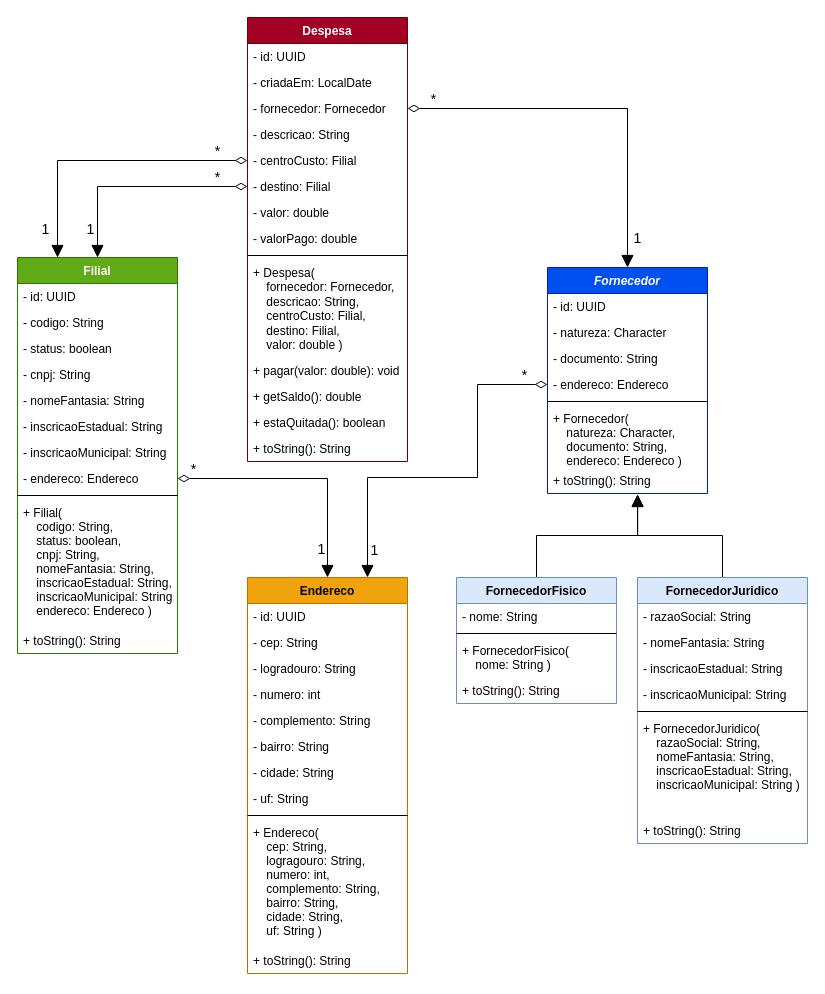
Above: UML.drawio in frednunesjr/DH-POO (draw.io), before the change. Source tidied: cells renumbered, new cells numbered last; positions are measured from the earlier drawing's top-left corner, leaving out a move shared by most shapes. Both pictures are drawn from the tidied source at 100%, with x=0, y=0 at pixel (17, 17).
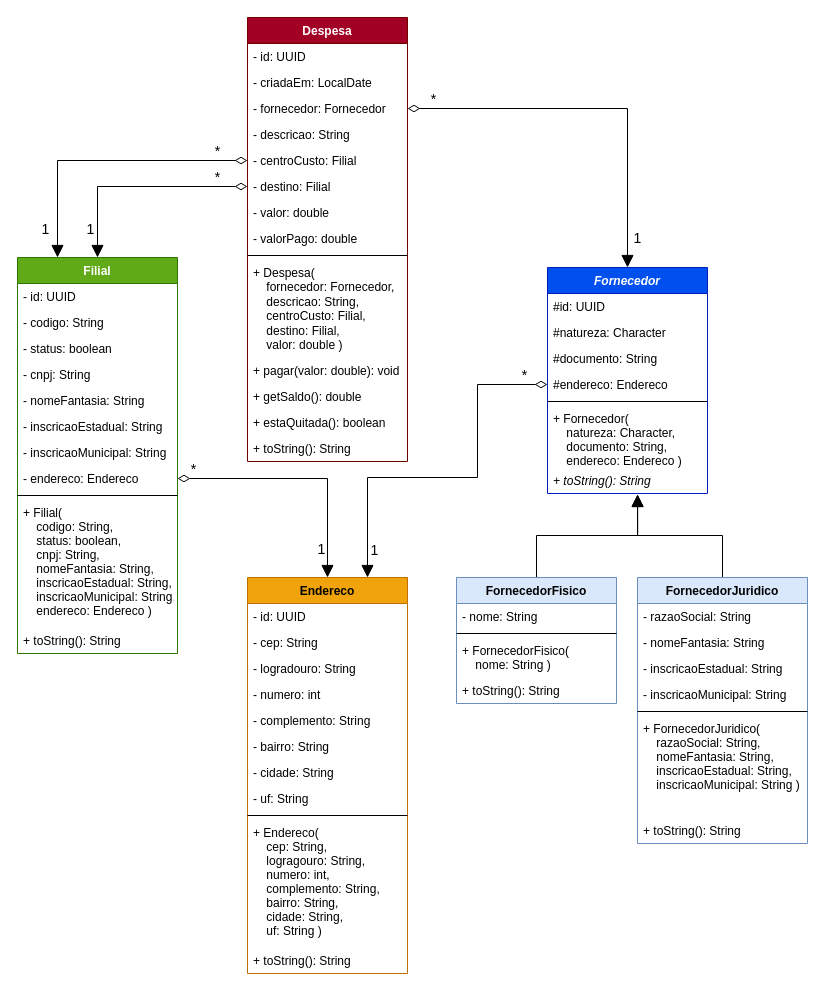
After the change.

Commit message:
Diagrama UML atualizado

The change refers to these unchanged cells:
```xml
<mxCell id="41" value="Fornecedor" style="swimlane;fontStyle=3;align=center;verticalAlign=top;horizontal=1;startSize=26;fillColor=#0050ef;strokeColor=#001DBC;fontColor=#ffffff;" parent="1" vertex="1">
  <mxGeometry x="530" y="250" width="160" height="226" as="geometry" />
</mxCell>
```

What changed in the source:
```diff
@@
-    <mxCell id="42" value="- id: UUID" style="text;strokeColor=none;fillColor=none;align=left;verticalAlign=top;spacingLeft=4;spacingRight=4;overflow=hidden;" parent="41" vertex="1">
+    <mxCell id="42" value="#id: UUID" style="text;strokeColor=none;fillColor=none;align=left;verticalAlign=top;spacingLeft=4;spacingRight=4;overflow=hidden;" parent="41" vertex="1">
       <mxGeometry y="26" width="160" height="26" as="geometry" />
     </mxCell>
-    <mxCell id="43" value="- natureza: Character" style="text;strokeColor=none;fillColor=none;align=left;verticalAlign=top;spacingLeft=4;spacingRight=4;overflow=hidden;" parent="41" vertex="1">
+    <mxCell id="43" value="#natureza: Character" style="text;strokeColor=none;fillColor=none;align=left;verticalAlign=top;spacingLeft=4;spacingRight=4;overflow=hidden;" parent="41" vertex="1">
       <mxGeometry y="52" width="160" height="26" as="geometry" />
     </mxCell>
-    <mxCell id="44" value="- documento: String" style="text;strokeColor=none;fillColor=none;align=left;verticalAlign=top;spacingLeft=4;spacingRight=4;overflow=hidden;" parent="41" vertex="1">
+    <mxCell id="44" value="#documento: String" style="text;strokeColor=none;fillColor=none;align=left;verticalAlign=top;spacingLeft=4;spacingRight=4;overflow=hidden;" parent="41" vertex="1">
       <mxGeometry y="78" width="160" height="26" as="geometry" />
     </mxCell>
-    <mxCell id="45" value="- endereco: Endereco" style="text;strokeColor=none;fillColor=none;align=left;verticalAlign=top;spacingLeft=4;spacingRight=4;overflow=hidden;points=[[0,0.5],[1,0.5]];portConstraint=eastwest;" parent="41" vertex="1">
+    <mxCell id="45" value="#endereco: Endereco" style="text;strokeColor=none;fillColor=none;align=left;verticalAlign=top;spacingLeft=4;spacingRight=4;overflow=hidden;points=[[0,0.5],[1,0.5]];portConstraint=eastwest;" parent="41" vertex="1">
       <mxGeometry y="104" width="160" height="26" as="geometry" />
     </mxCell>
@@
-    <mxCell id="48" value="+ toString(): String" style="text;strokeColor=none;fillColor=none;align=left;verticalAlign=top;spacingLeft=4;spacingRight=4;overflow=hidden;points=[[0,0.5],[1,0.5]];portConstraint=eastwest;" parent="41" vertex="1">
+    <mxCell id="48" value="+ toString(): String" style="text;strokeColor=none;fillColor=none;align=left;verticalAlign=top;spacingLeft=4;spacingRight=4;overflow=hidden;points=[[0,0.5],[1,0.5]];portConstraint=eastwest;fontStyle=2;" parent="41" vertex="1">
       <mxGeometry y="200" width="160" height="26" as="geometry" />
     </mxCell>
```
